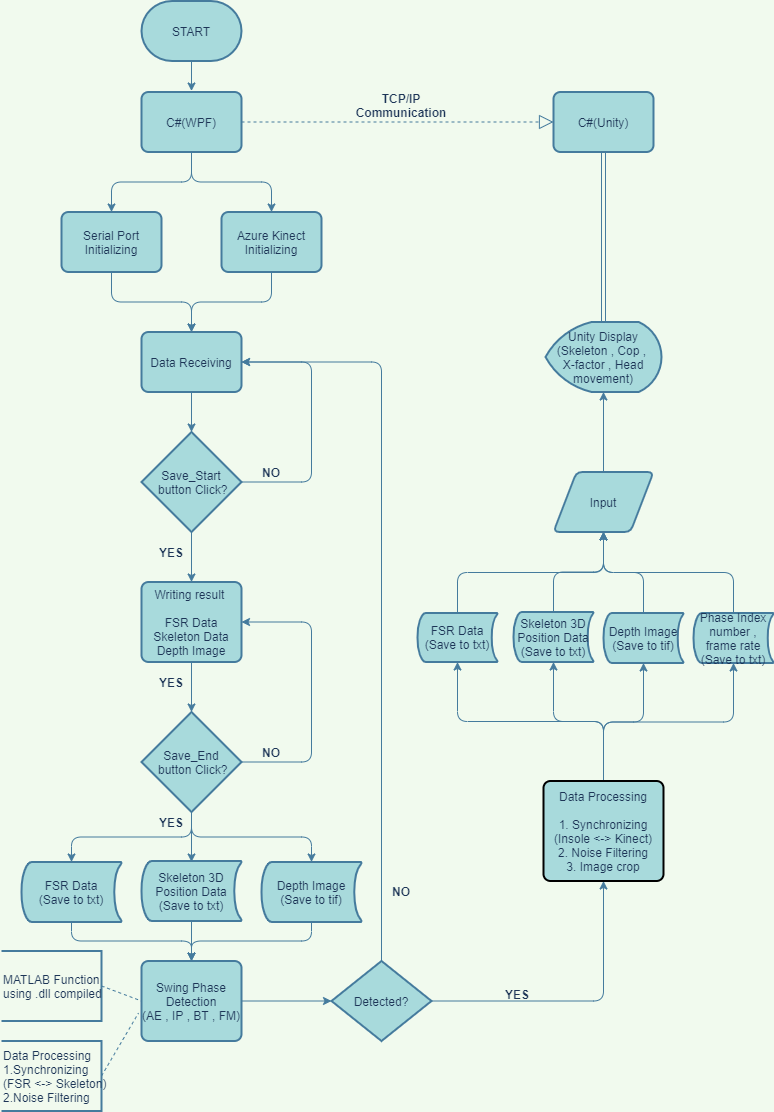
Baek-jongwon/Golf-Swing-Analysis keeps this draw.io diagram as flowchart.png. Above is the earlier version. Source tidied: cells renumbered, new cells last; positions are measured from the earlier drawing's top-left corner, leaving out a move shared by most shapes.
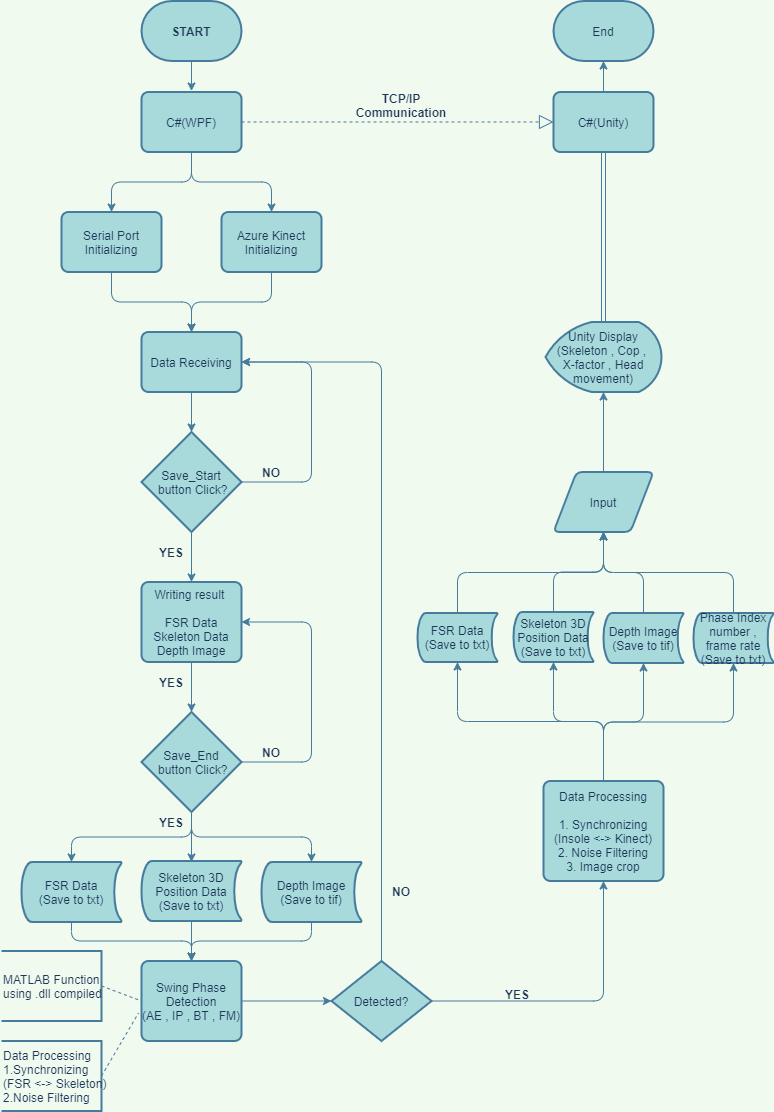
Above is the later version.

What changed in the source:
```diff
@@ -16,7 +16,7 @@
         <mxPoint x="190" y="90.5" as="targetPoint" />
       </mxGeometry>
     </mxCell>
-    <mxCell id="6" value="START" style="strokeWidth=2;shape=mxgraph.flowchart.terminator;whiteSpace=wrap;fillColor=#A8DADC;strokeColor=#457B9D;fontColor=#1D3557;spacing=2;" parent="1" vertex="1">
+    <mxCell id="6" value="START" style="strokeWidth=2;shape=mxgraph.flowchart.terminator;whiteSpace=wrap;fillColor=#A8DADC;strokeColor=#457B9D;fontColor=#1D3557;spacing=2;fontStyle=1;" parent="1" vertex="1">
       <mxGeometry x="140" y="0.5" width="100" height="60" as="geometry" />
     </mxCell>
     <mxCell id="7" style="endArrow=block;dashed=1;endFill=0;endSize=12;strokeColor=#457B9D;fillColor=#A8DADC;fontColor=#1D3557;labelBackgroundColor=#F1FAEE;spacing=2;entryX=0;entryY=0.5;entryDx=0;entryDy=0;exitX=1;exitY=0.5;exitDx=0;exitDy=0;" parent="1" edge="1" source="4" target="29">
@@ -103,6 +103,9 @@
     <mxCell id="28" value="YES" style="text;strokeColor=none;fillColor=none;align=center;verticalAlign=middle;whiteSpace=wrap;rounded=0;sketch=0;fontColor=#1D3557;fontStyle=1;spacing=2;" parent="1" vertex="1">
       <mxGeometry x="150" y="671.5" width="40" height="20" as="geometry" />
     </mxCell>
+    <mxCell id="65" style="edgeStyle=orthogonalEdgeStyle;curved=0;rounded=1;sketch=0;jettySize=auto;html=0;exitX=0.5;exitY=0;exitDx=0;exitDy=0;entryX=0.5;entryY=1;entryDx=0;entryDy=0;entryPerimeter=0;strokeColor=#457B9D;fillColor=#A8DADC;fontColor=#1D3557;" parent="1" edge="1" source="29" target="66">
+      <mxGeometry relative="1" as="geometry" />
+    </mxCell>
     <mxCell id="29" value="C#(Unity)" style="rounded=1;whiteSpace=wrap;absoluteArcSize=1;arcSize=14;strokeWidth=2;fillColor=#A8DADC;strokeColor=#457B9D;fontColor=#1D3557;spacing=2;" parent="1" vertex="1">
       <mxGeometry x="552" y="91.5" width="100" height="60" as="geometry" />
     </mxCell>
@@ -211,7 +214,7 @@
     <mxCell id="59" style="edgeStyle=orthogonalEdgeStyle;curved=0;rounded=1;sketch=0;jettySize=auto;html=0;exitX=0.5;exitY=0;exitDx=0;exitDy=0;entryX=0.5;entryY=1;entryDx=0;entryDy=0;entryPerimeter=0;strokeColor=#457B9D;fillColor=#A8DADC;fontColor=#1D3557;" parent="1" edge="1" source="60" target="55">
       <mxGeometry relative="1" as="geometry" />
     </mxCell>
-    <mxCell id="60" value="Data Processing&lt;br&gt;&lt;br&gt;1. Synchronizing&lt;br&gt;(Insole &amp;lt;-&amp;gt; Kinect)&lt;br&gt;2. Noise Filtering&lt;br&gt;3. Image crop" style="rounded=1;whiteSpace=wrap;html=1;absoluteArcSize=1;arcSize=14;strokeWidth=2;sketch=0;fillColor=#A8DADC;fontColor=#1D3557;" parent="1" vertex="1">
+    <mxCell id="60" value="Data Processing&lt;br&gt;&lt;br&gt;1. Synchronizing&lt;br&gt;(Insole &amp;lt;-&amp;gt; Kinect)&lt;br&gt;2. Noise Filtering&lt;br&gt;3. Image crop" style="rounded=1;whiteSpace=wrap;html=1;absoluteArcSize=1;arcSize=14;strokeWidth=2;sketch=0;fillColor=#A8DADC;fontColor=#1D3557;strokeColor=#457B9D;" parent="1" vertex="1">
       <mxGeometry x="542" y="780.5" width="120" height="100" as="geometry" />
     </mxCell>
     <mxCell id="61" style="edgeStyle=orthogonalEdgeStyle;curved=0;rounded=1;sketch=0;jettySize=auto;html=0;exitX=0.5;exitY=0;exitDx=0;exitDy=0;entryX=0.5;entryY=1;entryDx=0;entryDy=0;entryPerimeter=0;strokeColor=#457B9D;fillColor=#A8DADC;fontColor=#1D3557;" parent="1" edge="1" source="62" target="64">
@@ -228,5 +231,8 @@
     <mxCell id="64" value="Unity Display&lt;br&gt;(Skeleton , Cop , &lt;br&gt;X-factor , Head movement)" style="strokeWidth=2;html=1;shape=mxgraph.flowchart.display;whiteSpace=wrap;rounded=0;sketch=0;fillColor=#A8DADC;fontColor=#1D3557;strokeColor=#457B9D;" parent="1" vertex="1">
       <mxGeometry x="544" y="321.5" width="116" height="70" as="geometry" />
     </mxCell>
+    <mxCell id="66" value="End" style="strokeWidth=2;shape=mxgraph.flowchart.terminator;whiteSpace=wrap;fillColor=#A8DADC;strokeColor=#457B9D;fontColor=#1D3557;spacing=2;" parent="1" vertex="1">
+      <mxGeometry x="552" y="0.5" width="100" height="60" as="geometry" />
+    </mxCell>
   </root>
 </mxGraphModel>
```
